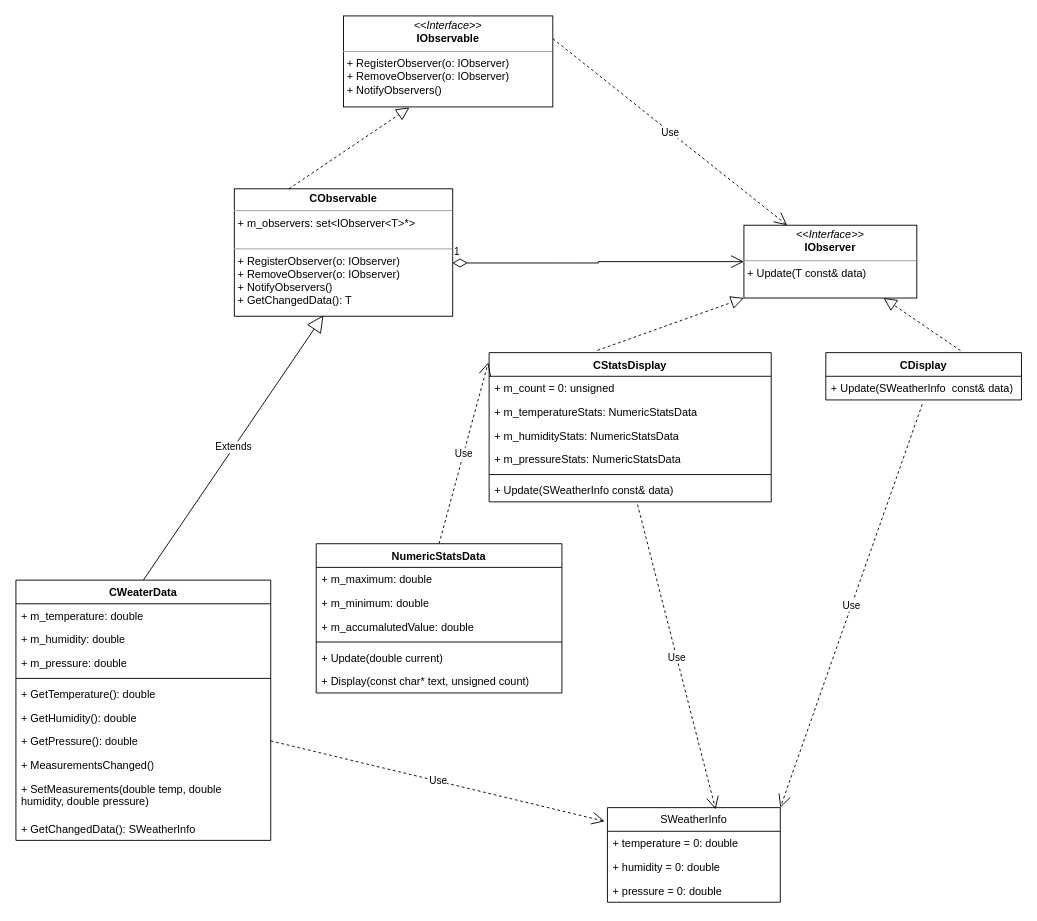
amfunNylord/ood keeps this draw.io diagram as lab2/task1.drawio. Above is the earlier version. Source tidied: cells renumbered, new cells numbered last; positions are measured from the earlier drawing's top-left corner, leaving out a move shared by most shapes. Both pictures are drawn from the tidied source at 91%, with x=0, y=0 at pixel (15, 15).
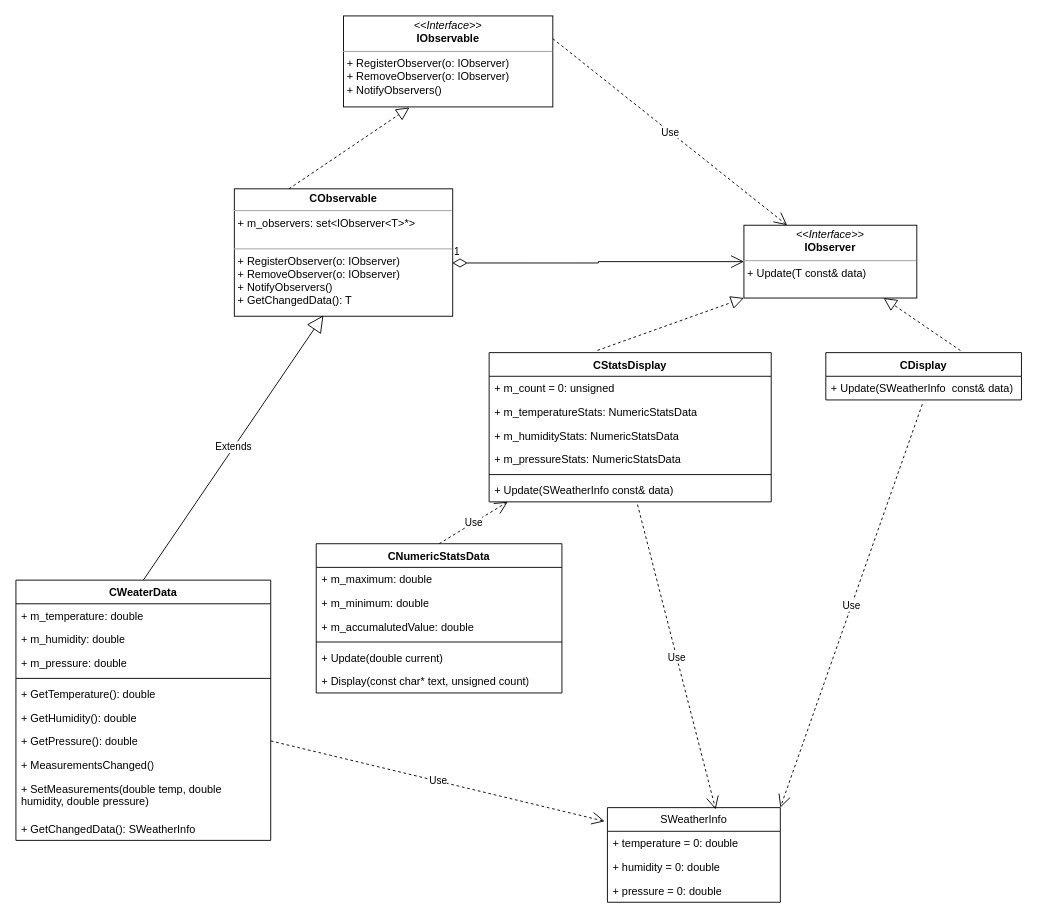
The same page after the edit.

The change refers to these unchanged cells:
```xml
<mxCell id="13" value="CStatsDisplay" style="swimlane;fontStyle=1;align=center;verticalAlign=top;horizontal=1;startSize=26;whiteSpace=wrap;html=1;" parent="1" vertex="1">
  <mxGeometry x="520" y="370" width="310" height="164" as="geometry" />
</mxCell>
```

The edit, as a diff of the source:
```diff
@@
-    <mxCell id="20" value="Use" style="endArrow=open;endSize=12;dashed=1;html=1;rounded=0;entryX=-0.003;entryY=0.066;entryDx=0;entryDy=0;entryPerimeter=0;exitX=0.5;exitY=0;exitDx=0;exitDy=0;" parent="1" edge="1" source="39" target="13">
+    <mxCell id="20" value="Use" style="endArrow=open;endSize=12;dashed=1;html=1;rounded=0;exitX=0.5;exitY=0;exitDx=0;exitDy=0;" parent="1" edge="1" source="39" target="13">
       <mxGeometry relative="1" as="geometry" />
     </mxCell>
@@
-    <mxCell id="39" value="NumericStatsData" style="swimlane;fontStyle=1;align=center;verticalAlign=top;horizontal=1;startSize=26;whiteSpace=wrap;html=1;" parent="1" vertex="1">
+    <mxCell id="39" value="CNumericStatsData" style="swimlane;fontStyle=1;align=center;verticalAlign=top;horizontal=1;startSize=26;whiteSpace=wrap;html=1;" parent="1" vertex="1">
       <mxGeometry x="330" y="580" width="270" height="164" as="geometry" />
     </mxCell>
```
